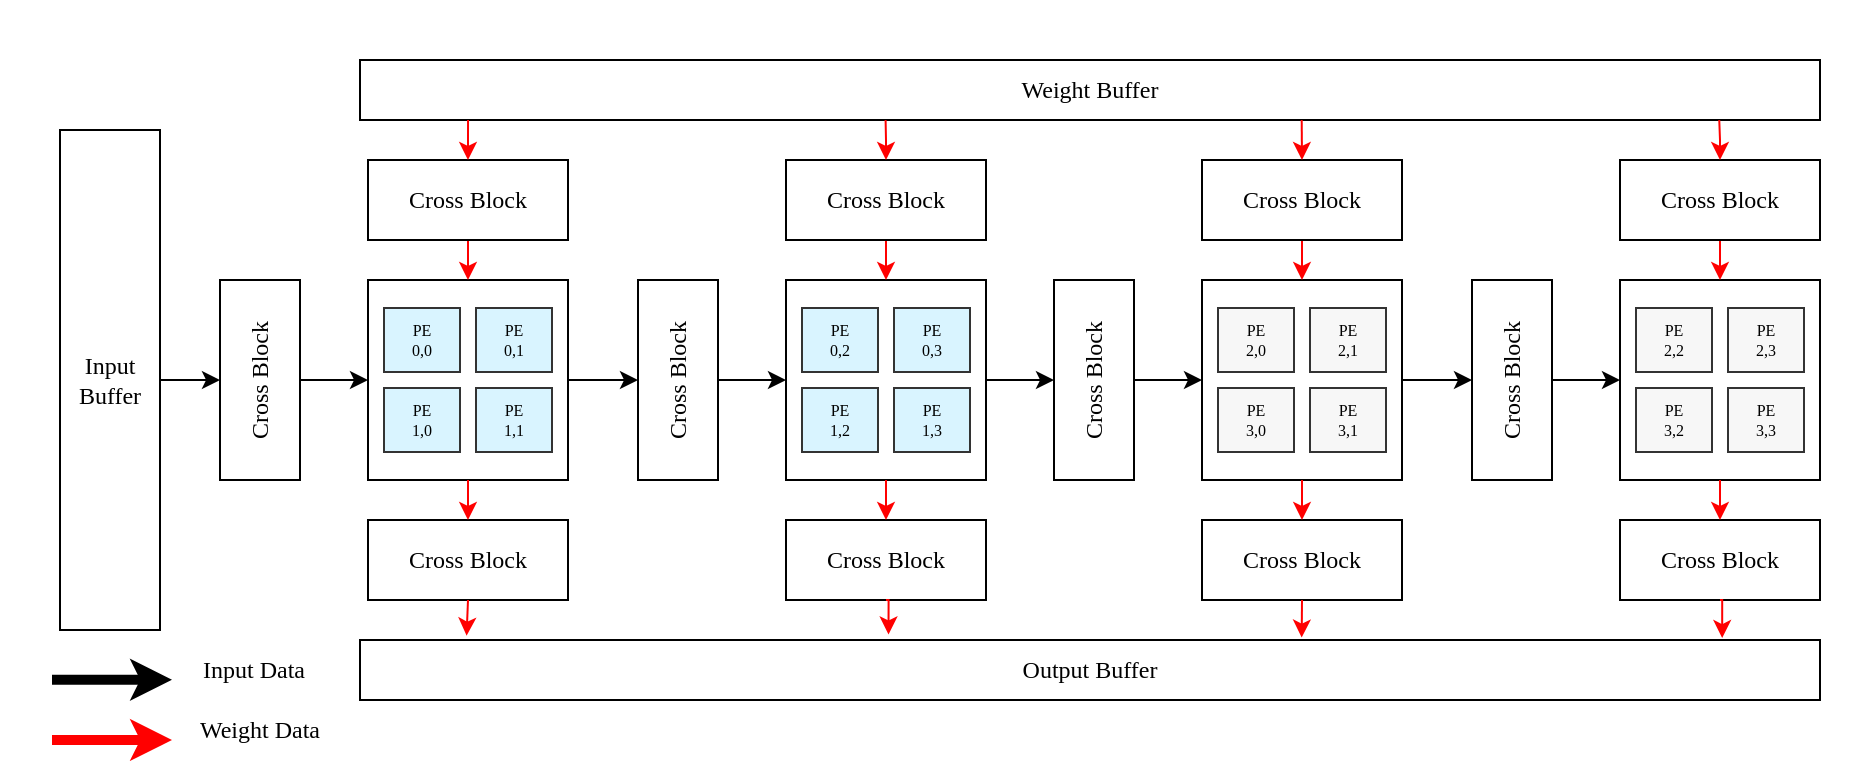
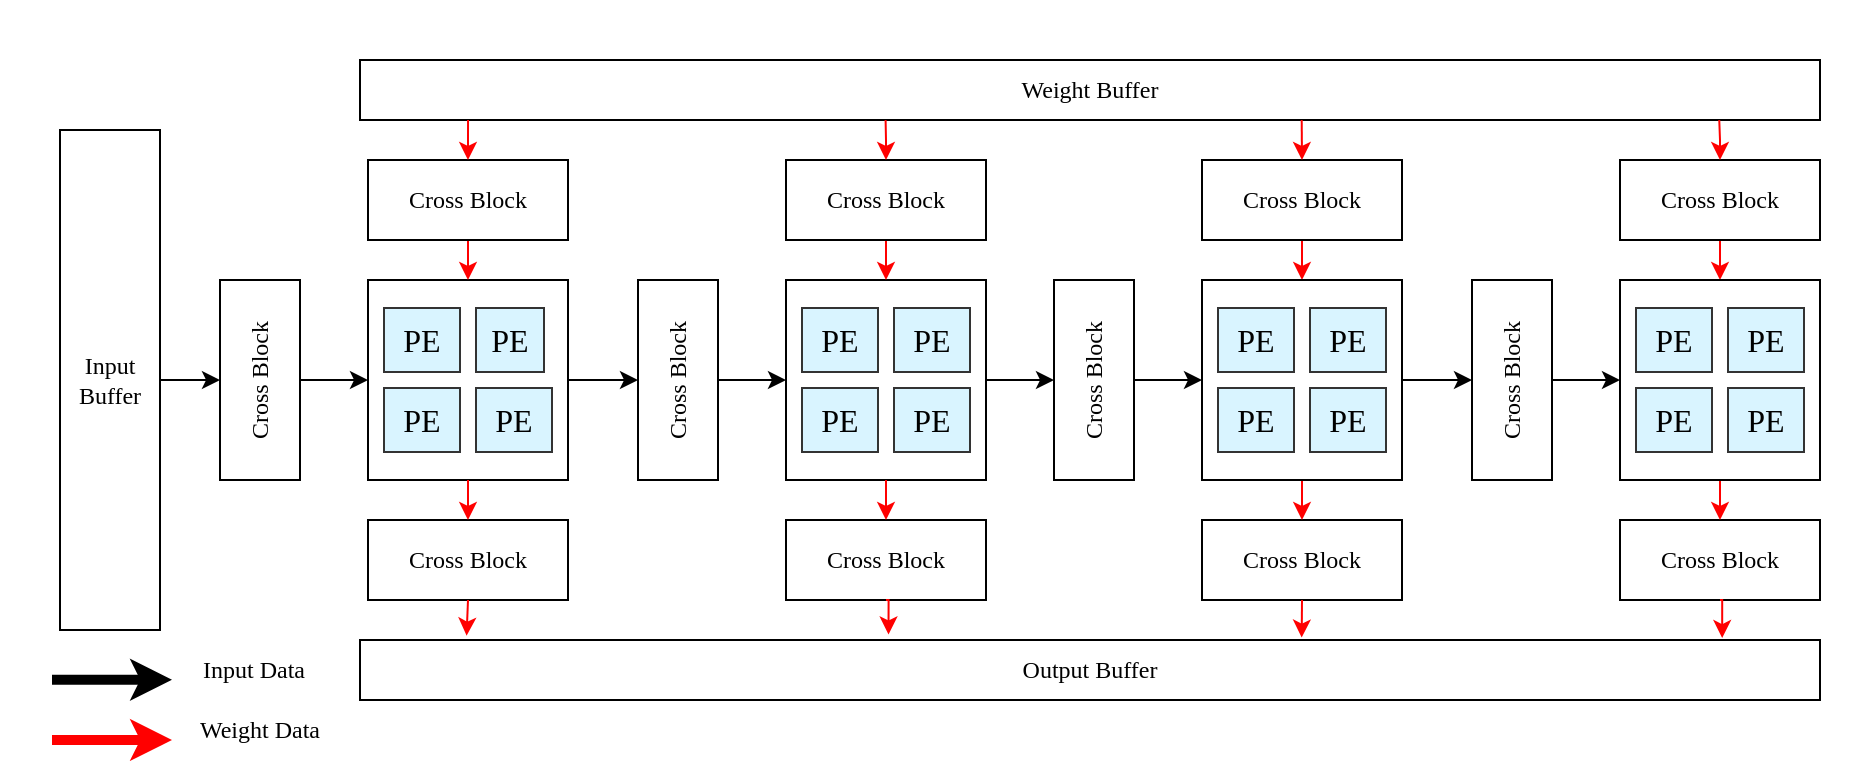
<mxfile host="app.diagrams.net">
  <diagram name="第 1 页" id="_HFZSgSbPxxRi5PtDGJk">
-     <mxGraphModel dx="1700" dy="914" grid="1" gridSize="10" guides="1" tooltips="1" connect="1" arrows="1" fold="1" page="1" pageScale="1" pageWidth="827" pageHeight="1169" math="0" shadow="0">
+     <mxGraphModel dx="1407" dy="757" grid="1" gridSize="10" guides="1" tooltips="1" connect="1" arrows="1" fold="1" page="1" pageScale="1" pageWidth="827" pageHeight="1169" math="0" shadow="0">
      <root>
        <mxCell id="0" />
        <mxCell id="1" parent="0" />
        <mxCell id="2u2vkNjveHNK1RGg937F-69" parent="1" style="rounded=0;whiteSpace=wrap;html=1;strokeColor=none;fontFamily=Times New Roman;" value="" vertex="1">
          <mxGeometry height="380" width="930" x="60" y="260" as="geometry" />
        </mxCell>
        <mxCell id="2u2vkNjveHNK1RGg937F-2" connectable="0" parent="1" style="group;fontFamily=Times New Roman;" value="" vertex="1">
          <mxGeometry height="100" width="100" x="453" y="400" as="geometry" />
        </mxCell>
        <mxCell id="2u2vkNjveHNK1RGg937F-3" parent="2u2vkNjveHNK1RGg937F-2" style="whiteSpace=wrap;html=1;aspect=fixed;fontFamily=Times New Roman;" value="" vertex="1">
          <mxGeometry height="100" width="100" as="geometry" />
        </mxCell>
        <mxCell id="2u2vkNjveHNK1RGg937F-4" connectable="0" parent="2u2vkNjveHNK1RGg937F-2" style="group;fontFamily=Times New Roman;" value="" vertex="1">
          <mxGeometry height="72" width="84" x="8" y="14" as="geometry" />
        </mxCell>
-         <mxCell id="2u2vkNjveHNK1RGg937F-5" parent="2u2vkNjveHNK1RGg937F-4" style="whiteSpace=wrap;html=1;fillColor=#D9F4FF;strokeColor=#333333;strokeWidth=1;fontSize=8;fontStyle=0;rounded=0;fontFamily=Times New Roman;" value="PE&lt;br&gt;0,2" vertex="1">
+         <mxCell id="2u2vkNjveHNK1RGg937F-5" parent="2u2vkNjveHNK1RGg937F-4" style="whiteSpace=wrap;html=1;fillColor=#D9F4FF;strokeColor=#333333;strokeWidth=1;fontSize=8;fontStyle=0;rounded=0;fontFamily=Times New Roman;" value="&lt;span style=&quot;font-size: 16px;&quot;&gt;PE&lt;/span&gt;" vertex="1">
          <mxGeometry height="32" width="38" as="geometry" />
        </mxCell>
-         <mxCell id="2u2vkNjveHNK1RGg937F-6" parent="2u2vkNjveHNK1RGg937F-4" style="whiteSpace=wrap;html=1;fillColor=#D9F4FF;strokeColor=#333333;strokeWidth=1;fontSize=8;fontStyle=0;rounded=0;fontFamily=Times New Roman;" value="PE&lt;br&gt;0,3" vertex="1">
+         <mxCell id="2u2vkNjveHNK1RGg937F-6" parent="2u2vkNjveHNK1RGg937F-4" style="whiteSpace=wrap;html=1;fillColor=#D9F4FF;strokeColor=#333333;strokeWidth=1;fontSize=8;fontStyle=0;rounded=0;fontFamily=Times New Roman;" value="&lt;span style=&quot;font-size: 16px;&quot;&gt;PE&lt;/span&gt;" vertex="1">
          <mxGeometry height="32" width="38" x="46" as="geometry" />
        </mxCell>
-         <mxCell id="2u2vkNjveHNK1RGg937F-7" parent="2u2vkNjveHNK1RGg937F-4" style="whiteSpace=wrap;html=1;fillColor=#D9F4FF;strokeColor=#333333;strokeWidth=1;fontSize=8;fontStyle=0;rounded=0;fontFamily=Times New Roman;" value="PE&lt;br&gt;1,2" vertex="1">
+         <mxCell id="2u2vkNjveHNK1RGg937F-7" parent="2u2vkNjveHNK1RGg937F-4" style="whiteSpace=wrap;html=1;fillColor=#D9F4FF;strokeColor=#333333;strokeWidth=1;fontSize=8;fontStyle=0;rounded=0;fontFamily=Times New Roman;" value="&lt;span style=&quot;font-size: 16px;&quot;&gt;PE&lt;/span&gt;" vertex="1">
          <mxGeometry height="32" width="38" y="40" as="geometry" />
        </mxCell>
-         <mxCell id="2u2vkNjveHNK1RGg937F-8" parent="2u2vkNjveHNK1RGg937F-4" style="whiteSpace=wrap;html=1;fillColor=#D9F4FF;strokeColor=#333333;strokeWidth=1;fontSize=8;fontStyle=0;rounded=0;fontFamily=Times New Roman;" value="PE&lt;br&gt;1,3" vertex="1">
-           <mxGeometry height="32" width="38" x="46" y="40" as="geometry" />
-         </mxCell>
-         <mxCell id="2u2vkNjveHNK1RGg937F-9" connectable="0" parent="1" style="group;fontFamily=Times New Roman;" value="" vertex="1">
-           <mxGeometry height="100" width="100" x="661" y="400" as="geometry" />
-         </mxCell>
-         <mxCell id="2u2vkNjveHNK1RGg937F-10" parent="2u2vkNjveHNK1RGg937F-9" style="whiteSpace=wrap;html=1;aspect=fixed;fontFamily=Times New Roman;" value="" vertex="1">
-           <mxGeometry height="100" width="100" as="geometry" />
-         </mxCell>
-         <mxCell id="2u2vkNjveHNK1RGg937F-11" connectable="0" parent="2u2vkNjveHNK1RGg937F-9" style="group;fontFamily=Times New Roman;" value="" vertex="1">
-           <mxGeometry height="72" width="84" x="8" y="14" as="geometry" />
-         </mxCell>
-         <mxCell id="2u2vkNjveHNK1RGg937F-12" parent="2u2vkNjveHNK1RGg937F-11" style="whiteSpace=wrap;html=1;fillColor=#F7F7F7;strokeColor=#333333;strokeWidth=1;fontSize=8;fontStyle=0;rounded=0;fontFamily=Times New Roman;" value="PE&lt;br&gt;2,0" vertex="1">
-           <mxGeometry height="32" width="38" as="geometry" />
-         </mxCell>
-         <mxCell id="2u2vkNjveHNK1RGg937F-13" parent="2u2vkNjveHNK1RGg937F-11" style="whiteSpace=wrap;html=1;fillColor=#F7F7F7;strokeColor=#333333;strokeWidth=1;fontSize=8;fontStyle=0;rounded=0;fontFamily=Times New Roman;" value="PE&lt;br&gt;2,1" vertex="1">
-           <mxGeometry height="32" width="38" x="46" as="geometry" />
-         </mxCell>
-         <mxCell id="2u2vkNjveHNK1RGg937F-14" parent="2u2vkNjveHNK1RGg937F-11" style="whiteSpace=wrap;html=1;fillColor=#F7F7F7;strokeColor=#333333;strokeWidth=1;fontSize=8;fontStyle=0;rounded=0;fontFamily=Times New Roman;" value="PE&lt;br&gt;3,0" vertex="1">
-           <mxGeometry height="32" width="38" y="40" as="geometry" />
-         </mxCell>
-         <mxCell id="2u2vkNjveHNK1RGg937F-15" parent="2u2vkNjveHNK1RGg937F-11" style="whiteSpace=wrap;html=1;fillColor=#F7F7F7;strokeColor=#333333;strokeWidth=1;fontSize=8;fontStyle=0;rounded=0;fontFamily=Times New Roman;" value="PE&lt;br&gt;3,1" vertex="1">
-           <mxGeometry height="32" width="38" x="46" y="40" as="geometry" />
-         </mxCell>
-         <mxCell id="2u2vkNjveHNK1RGg937F-16" connectable="0" parent="1" style="group;fontFamily=Times New Roman;" value="" vertex="1">
-           <mxGeometry height="100" width="100" x="870" y="400" as="geometry" />
-         </mxCell>
-         <mxCell id="2u2vkNjveHNK1RGg937F-17" parent="2u2vkNjveHNK1RGg937F-16" style="whiteSpace=wrap;html=1;aspect=fixed;fontFamily=Times New Roman;" value="" vertex="1">
-           <mxGeometry height="100" width="100" as="geometry" />
-         </mxCell>
-         <mxCell id="2u2vkNjveHNK1RGg937F-18" connectable="0" parent="2u2vkNjveHNK1RGg937F-16" style="group;fontFamily=Times New Roman;" value="" vertex="1">
-           <mxGeometry height="72" width="84" x="8" y="14" as="geometry" />
-         </mxCell>
-         <mxCell id="2u2vkNjveHNK1RGg937F-19" parent="2u2vkNjveHNK1RGg937F-18" style="whiteSpace=wrap;html=1;fillColor=#F7F7F7;strokeColor=#333333;strokeWidth=1;fontSize=8;fontStyle=0;rounded=0;fontFamily=Times New Roman;" value="PE&lt;br&gt;2,2" vertex="1">
-           <mxGeometry height="32" width="38" as="geometry" />
-         </mxCell>
-         <mxCell id="2u2vkNjveHNK1RGg937F-20" parent="2u2vkNjveHNK1RGg937F-18" style="whiteSpace=wrap;html=1;fillColor=#F7F7F7;strokeColor=#333333;strokeWidth=1;fontSize=8;fontStyle=0;rounded=0;fontFamily=Times New Roman;" value="PE&lt;br&gt;2,3" vertex="1">
-           <mxGeometry height="32" width="38" x="46" as="geometry" />
-         </mxCell>
-         <mxCell id="2u2vkNjveHNK1RGg937F-21" parent="2u2vkNjveHNK1RGg937F-18" style="whiteSpace=wrap;html=1;fillColor=#F7F7F7;strokeColor=#333333;strokeWidth=1;fontSize=8;fontStyle=0;rounded=0;fontFamily=Times New Roman;" value="PE&lt;br&gt;3,2" vertex="1">
-           <mxGeometry height="32" width="38" y="40" as="geometry" />
-         </mxCell>
-         <mxCell id="2u2vkNjveHNK1RGg937F-22" parent="2u2vkNjveHNK1RGg937F-18" style="whiteSpace=wrap;html=1;fillColor=#F7F7F7;strokeColor=#333333;strokeWidth=1;fontSize=8;fontStyle=0;rounded=0;fontFamily=Times New Roman;" value="PE&lt;br&gt;3,3" vertex="1">
+         <mxCell id="2u2vkNjveHNK1RGg937F-8" parent="2u2vkNjveHNK1RGg937F-4" style="whiteSpace=wrap;html=1;fillColor=#D9F4FF;strokeColor=#333333;strokeWidth=1;fontSize=8;fontStyle=0;rounded=0;fontFamily=Times New Roman;" value="&lt;span style=&quot;font-size: 16px;&quot;&gt;PE&lt;/span&gt;" vertex="1">
          <mxGeometry height="32" width="38" x="46" y="40" as="geometry" />
        </mxCell>
        <mxCell id="2u2vkNjveHNK1RGg937F-23" parent="1" style="rounded=0;whiteSpace=wrap;html=1;fontFamily=Times New Roman;" value="Weight Buffer" vertex="1">
          <mxGeometry height="30" width="730" x="240" y="290" as="geometry" />
        </mxCell>
        <mxCell id="2u2vkNjveHNK1RGg937F-24" connectable="0" parent="1" style="group;fontFamily=Times New Roman;" value="" vertex="1">
          <mxGeometry height="100" width="100" x="244" y="400" as="geometry" />
        </mxCell>
        <mxCell id="2u2vkNjveHNK1RGg937F-25" parent="2u2vkNjveHNK1RGg937F-24" style="whiteSpace=wrap;html=1;aspect=fixed;fontFamily=Times New Roman;" value="" vertex="1">
          <mxGeometry height="100" width="100" as="geometry" />
        </mxCell>
        <mxCell id="2u2vkNjveHNK1RGg937F-26" connectable="0" parent="2u2vkNjveHNK1RGg937F-24" style="group;fontFamily=Times New Roman;" value="" vertex="1">
          <mxGeometry height="72" width="84" x="8" y="14" as="geometry" />
        </mxCell>
-         <mxCell id="2u2vkNjveHNK1RGg937F-27" parent="2u2vkNjveHNK1RGg937F-26" style="whiteSpace=wrap;html=1;fillColor=#D9F4FF;strokeColor=#333333;strokeWidth=1;fontSize=8;fontStyle=0;rounded=0;fontFamily=Times New Roman;" value="PE&lt;br&gt;0,0" vertex="1">
+         <mxCell id="2u2vkNjveHNK1RGg937F-27" parent="2u2vkNjveHNK1RGg937F-26" style="whiteSpace=wrap;html=1;fillColor=#D9F4FF;strokeColor=#333333;strokeWidth=1;fontSize=8;fontStyle=0;rounded=0;fontFamily=Times New Roman;" value="&lt;span style=&quot;font-size: 16px;&quot;&gt;PE&lt;/span&gt;" vertex="1">
          <mxGeometry height="32" width="38" as="geometry" />
        </mxCell>
-         <mxCell id="2u2vkNjveHNK1RGg937F-28" parent="2u2vkNjveHNK1RGg937F-26" style="whiteSpace=wrap;html=1;fillColor=#D9F4FF;strokeColor=#333333;strokeWidth=1;fontSize=8;fontStyle=0;rounded=0;fontFamily=Times New Roman;" value="PE&lt;br&gt;0,1" vertex="1">
-           <mxGeometry height="32" width="38" x="46" as="geometry" />
-         </mxCell>
-         <mxCell id="2u2vkNjveHNK1RGg937F-29" parent="2u2vkNjveHNK1RGg937F-26" style="whiteSpace=wrap;html=1;fillColor=#D9F4FF;strokeColor=#333333;strokeWidth=1;fontSize=8;fontStyle=0;rounded=0;fontFamily=Times New Roman;" value="PE&lt;br&gt;1,0" vertex="1">
+         <mxCell id="2u2vkNjveHNK1RGg937F-28" parent="2u2vkNjveHNK1RGg937F-26" style="whiteSpace=wrap;html=1;fillColor=#D9F4FF;strokeColor=#333333;strokeWidth=1;fontSize=8;fontStyle=0;rounded=0;fontFamily=Times New Roman;" value="&lt;span style=&quot;font-size: 16px;&quot;&gt;PE&lt;/span&gt;" vertex="1">
+           <mxGeometry height="32" width="34" x="46" as="geometry" />
+         </mxCell>
+         <mxCell id="2u2vkNjveHNK1RGg937F-29" parent="2u2vkNjveHNK1RGg937F-26" style="whiteSpace=wrap;html=1;fillColor=#D9F4FF;strokeColor=#333333;strokeWidth=1;fontSize=8;fontStyle=0;rounded=0;fontFamily=Times New Roman;" value="&lt;span style=&quot;font-size: 16px;&quot;&gt;PE&lt;/span&gt;" vertex="1">
          <mxGeometry height="32" width="38" y="40" as="geometry" />
        </mxCell>
-         <mxCell id="2u2vkNjveHNK1RGg937F-30" parent="2u2vkNjveHNK1RGg937F-26" style="whiteSpace=wrap;html=1;fillColor=#D9F4FF;strokeColor=#333333;strokeWidth=1;fontSize=8;fontStyle=0;rounded=0;fontFamily=Times New Roman;" value="PE&lt;br&gt;1,1" vertex="1">
+         <mxCell id="2u2vkNjveHNK1RGg937F-30" parent="2u2vkNjveHNK1RGg937F-26" style="whiteSpace=wrap;html=1;fillColor=#D9F4FF;strokeColor=#333333;strokeWidth=1;fontSize=8;fontStyle=0;rounded=0;fontFamily=Times New Roman;" value="&lt;span style=&quot;font-size: 16px;&quot;&gt;PE&lt;/span&gt;" vertex="1">
          <mxGeometry height="32" width="38" x="46" y="40" as="geometry" />
        </mxCell>
        <mxCell id="2u2vkNjveHNK1RGg937F-31" edge="1" parent="1" source="2u2vkNjveHNK1RGg937F-32" style="edgeStyle=orthogonalEdgeStyle;rounded=0;orthogonalLoop=1;jettySize=auto;html=1;exitX=0.5;exitY=1;exitDx=0;exitDy=0;entryX=0;entryY=0.5;entryDx=0;entryDy=0;fontFamily=Times New Roman;" target="2u2vkNjveHNK1RGg937F-3">
          <mxGeometry relative="1" as="geometry" />
        </mxCell>
        <mxCell id="2u2vkNjveHNK1RGg937F-32" parent="1" style="rounded=0;whiteSpace=wrap;html=1;movable=1;resizable=1;rotatable=1;deletable=1;editable=1;locked=0;connectable=1;rotation=-90;fontFamily=Times New Roman;" value="Cross Block" vertex="1">
          <mxGeometry height="40" width="100" x="349" y="430" as="geometry" />
        </mxCell>
        <mxCell id="2u2vkNjveHNK1RGg937F-33" edge="1" parent="1" source="2u2vkNjveHNK1RGg937F-34" style="edgeStyle=orthogonalEdgeStyle;rounded=0;orthogonalLoop=1;jettySize=auto;html=1;exitX=0.5;exitY=1;exitDx=0;exitDy=0;entryX=0;entryY=0.5;entryDx=0;entryDy=0;fontFamily=Times New Roman;" target="2u2vkNjveHNK1RGg937F-10">
          <mxGeometry relative="1" as="geometry" />
        </mxCell>
        <mxCell id="2u2vkNjveHNK1RGg937F-34" parent="1" style="rounded=0;whiteSpace=wrap;html=1;movable=1;resizable=1;rotatable=1;deletable=1;editable=1;locked=0;connectable=1;rotation=-90;fontFamily=Times New Roman;" value="Cross Block" vertex="1">
          <mxGeometry height="40" width="100" x="557" y="430" as="geometry" />
        </mxCell>
        <mxCell id="2u2vkNjveHNK1RGg937F-35" edge="1" parent="1" source="2u2vkNjveHNK1RGg937F-36" style="edgeStyle=orthogonalEdgeStyle;rounded=0;orthogonalLoop=1;jettySize=auto;html=1;exitX=0.5;exitY=1;exitDx=0;exitDy=0;entryX=0;entryY=0.5;entryDx=0;entryDy=0;fontFamily=Times New Roman;" target="2u2vkNjveHNK1RGg937F-25">
          <mxGeometry relative="1" as="geometry" />
        </mxCell>
        <mxCell id="2u2vkNjveHNK1RGg937F-36" parent="1" style="rounded=0;whiteSpace=wrap;html=1;movable=1;resizable=1;rotatable=1;deletable=1;editable=1;locked=0;connectable=1;rotation=-90;fontFamily=Times New Roman;" value="Cross Block" vertex="1">
          <mxGeometry height="40" width="100" x="140" y="430" as="geometry" />
        </mxCell>
        <mxCell id="2u2vkNjveHNK1RGg937F-37" edge="1" parent="1" source="2u2vkNjveHNK1RGg937F-38" style="edgeStyle=orthogonalEdgeStyle;rounded=0;orthogonalLoop=1;jettySize=auto;html=1;exitX=0.5;exitY=1;exitDx=0;exitDy=0;entryX=0;entryY=0.5;entryDx=0;entryDy=0;fontFamily=Times New Roman;" target="2u2vkNjveHNK1RGg937F-17">
          <mxGeometry relative="1" as="geometry" />
        </mxCell>
        <mxCell id="2u2vkNjveHNK1RGg937F-38" parent="1" style="rounded=0;whiteSpace=wrap;html=1;movable=1;resizable=1;rotatable=1;deletable=1;editable=1;locked=0;connectable=1;rotation=-90;fontFamily=Times New Roman;" value="Cross Block" vertex="1">
          <mxGeometry height="40" width="100" x="766" y="430" as="geometry" />
        </mxCell>
        <mxCell id="2u2vkNjveHNK1RGg937F-39" edge="1" parent="1" source="2u2vkNjveHNK1RGg937F-40" style="edgeStyle=orthogonalEdgeStyle;rounded=0;orthogonalLoop=1;jettySize=auto;html=1;exitX=0.5;exitY=1;exitDx=0;exitDy=0;entryX=0.5;entryY=0;entryDx=0;entryDy=0;strokeColor=#FF0000;fontFamily=Times New Roman;" target="2u2vkNjveHNK1RGg937F-25">
          <mxGeometry relative="1" as="geometry" />
        </mxCell>
        <mxCell id="2u2vkNjveHNK1RGg937F-40" parent="1" style="rounded=0;whiteSpace=wrap;html=1;movable=1;resizable=1;rotatable=1;deletable=1;editable=1;locked=0;connectable=1;rotation=0;fontFamily=Times New Roman;" value="Cross Block" vertex="1">
          <mxGeometry height="40" width="100" x="244" y="340" as="geometry" />
        </mxCell>
        <mxCell id="2u2vkNjveHNK1RGg937F-41" edge="1" parent="1" source="2u2vkNjveHNK1RGg937F-42" style="edgeStyle=orthogonalEdgeStyle;rounded=0;orthogonalLoop=1;jettySize=auto;html=1;exitX=0.5;exitY=1;exitDx=0;exitDy=0;entryX=0.5;entryY=0;entryDx=0;entryDy=0;strokeColor=#FF0000;fontFamily=Times New Roman;" target="2u2vkNjveHNK1RGg937F-3">
          <mxGeometry relative="1" as="geometry" />
        </mxCell>
        <mxCell id="2u2vkNjveHNK1RGg937F-42" parent="1" style="rounded=0;whiteSpace=wrap;html=1;movable=1;resizable=1;rotatable=1;deletable=1;editable=1;locked=0;connectable=1;rotation=0;fontFamily=Times New Roman;" value="Cross Block" vertex="1">
          <mxGeometry height="40" width="100" x="453" y="340" as="geometry" />
        </mxCell>
        <mxCell id="2u2vkNjveHNK1RGg937F-43" edge="1" parent="1" source="2u2vkNjveHNK1RGg937F-44" style="edgeStyle=orthogonalEdgeStyle;rounded=0;orthogonalLoop=1;jettySize=auto;html=1;exitX=0.5;exitY=1;exitDx=0;exitDy=0;entryX=0.5;entryY=0;entryDx=0;entryDy=0;strokeColor=#FF0000;fontFamily=Times New Roman;" target="2u2vkNjveHNK1RGg937F-10">
          <mxGeometry relative="1" as="geometry" />
        </mxCell>
        <mxCell id="2u2vkNjveHNK1RGg937F-44" parent="1" style="rounded=0;whiteSpace=wrap;html=1;movable=1;resizable=1;rotatable=1;deletable=1;editable=1;locked=0;connectable=1;rotation=0;fontFamily=Times New Roman;" value="Cross Block" vertex="1">
          <mxGeometry height="40" width="100" x="661" y="340" as="geometry" />
        </mxCell>
        <mxCell id="2u2vkNjveHNK1RGg937F-45" edge="1" parent="1" source="2u2vkNjveHNK1RGg937F-46" style="edgeStyle=orthogonalEdgeStyle;rounded=0;orthogonalLoop=1;jettySize=auto;html=1;exitX=0.5;exitY=1;exitDx=0;exitDy=0;entryX=0.5;entryY=0;entryDx=0;entryDy=0;strokeColor=#FF0000;fontFamily=Times New Roman;" target="2u2vkNjveHNK1RGg937F-17">
          <mxGeometry relative="1" as="geometry" />
        </mxCell>
        <mxCell id="2u2vkNjveHNK1RGg937F-46" parent="1" style="rounded=0;whiteSpace=wrap;html=1;movable=1;resizable=1;rotatable=1;deletable=1;editable=1;locked=0;connectable=1;rotation=0;fontFamily=Times New Roman;" value="Cross Block" vertex="1">
          <mxGeometry height="40" width="100" x="870" y="340" as="geometry" />
        </mxCell>
        <mxCell id="2u2vkNjveHNK1RGg937F-47" parent="1" style="rounded=0;whiteSpace=wrap;html=1;fontFamily=Times New Roman;" value="Output Buffer" vertex="1">
          <mxGeometry height="30" width="730" x="240" y="580" as="geometry" />
        </mxCell>
        <mxCell id="2u2vkNjveHNK1RGg937F-48" parent="1" style="rounded=0;whiteSpace=wrap;html=1;movable=1;resizable=1;rotatable=1;deletable=1;editable=1;locked=0;connectable=1;rotation=0;fontFamily=Times New Roman;" value="Cross Block" vertex="1">
          <mxGeometry height="40" width="100" x="244" y="520" as="geometry" />
        </mxCell>
        <mxCell id="2u2vkNjveHNK1RGg937F-49" parent="1" style="rounded=0;whiteSpace=wrap;html=1;movable=1;resizable=1;rotatable=1;deletable=1;editable=1;locked=0;connectable=1;rotation=0;fontFamily=Times New Roman;" value="Cross Block" vertex="1">
          <mxGeometry height="40" width="100" x="453" y="520" as="geometry" />
        </mxCell>
        <mxCell id="2u2vkNjveHNK1RGg937F-50" parent="1" style="rounded=0;whiteSpace=wrap;html=1;movable=1;resizable=1;rotatable=1;deletable=1;editable=1;locked=0;connectable=1;rotation=0;fontFamily=Times New Roman;" value="Cross Block" vertex="1">
          <mxGeometry height="40" width="100" x="661" y="520" as="geometry" />
        </mxCell>
        <mxCell id="2u2vkNjveHNK1RGg937F-51" parent="1" style="rounded=0;whiteSpace=wrap;html=1;movable=1;resizable=1;rotatable=1;deletable=1;editable=1;locked=0;connectable=1;rotation=0;fontFamily=Times New Roman;" value="Cross Block" vertex="1">
          <mxGeometry height="40" width="100" x="870" y="520" as="geometry" />
        </mxCell>
        <mxCell id="2u2vkNjveHNK1RGg937F-52" edge="1" parent="1" source="2u2vkNjveHNK1RGg937F-53" style="edgeStyle=orthogonalEdgeStyle;rounded=0;orthogonalLoop=1;jettySize=auto;html=1;entryX=0.5;entryY=0;entryDx=0;entryDy=0;fontFamily=Times New Roman;" target="2u2vkNjveHNK1RGg937F-36">
          <mxGeometry relative="1" as="geometry" />
        </mxCell>
        <mxCell id="2u2vkNjveHNK1RGg937F-53" parent="1" style="rounded=0;whiteSpace=wrap;html=1;fontFamily=Times New Roman;" value="Input Buffer" vertex="1">
          <mxGeometry height="250" width="50" x="90" y="325" as="geometry" />
        </mxCell>
        <mxCell id="2u2vkNjveHNK1RGg937F-54" edge="1" parent="1" source="2u2vkNjveHNK1RGg937F-25" style="edgeStyle=orthogonalEdgeStyle;rounded=0;orthogonalLoop=1;jettySize=auto;html=1;exitX=1;exitY=0.5;exitDx=0;exitDy=0;entryX=0.5;entryY=0;entryDx=0;entryDy=0;fontFamily=Times New Roman;" target="2u2vkNjveHNK1RGg937F-32">
          <mxGeometry relative="1" as="geometry" />
        </mxCell>
        <mxCell id="2u2vkNjveHNK1RGg937F-55" edge="1" parent="1" source="2u2vkNjveHNK1RGg937F-3" style="edgeStyle=orthogonalEdgeStyle;rounded=0;orthogonalLoop=1;jettySize=auto;html=1;exitX=1;exitY=0.5;exitDx=0;exitDy=0;entryX=0.5;entryY=0;entryDx=0;entryDy=0;fontFamily=Times New Roman;" target="2u2vkNjveHNK1RGg937F-34">
          <mxGeometry relative="1" as="geometry" />
        </mxCell>
        <mxCell id="2u2vkNjveHNK1RGg937F-56" edge="1" parent="1" source="2u2vkNjveHNK1RGg937F-10" style="edgeStyle=orthogonalEdgeStyle;rounded=0;orthogonalLoop=1;jettySize=auto;html=1;exitX=1;exitY=0.5;exitDx=0;exitDy=0;entryX=0.5;entryY=0;entryDx=0;entryDy=0;fontFamily=Times New Roman;" target="2u2vkNjveHNK1RGg937F-38">
          <mxGeometry relative="1" as="geometry" />
        </mxCell>
        <mxCell id="2u2vkNjveHNK1RGg937F-57" edge="1" parent="1" source="2u2vkNjveHNK1RGg937F-17" style="edgeStyle=orthogonalEdgeStyle;rounded=0;orthogonalLoop=1;jettySize=auto;html=1;exitX=0.5;exitY=1;exitDx=0;exitDy=0;entryX=0.5;entryY=0;entryDx=0;entryDy=0;strokeColor=#FF0000;fontFamily=Times New Roman;" target="2u2vkNjveHNK1RGg937F-51">
          <mxGeometry relative="1" as="geometry" />
        </mxCell>
        <mxCell id="2u2vkNjveHNK1RGg937F-58" edge="1" parent="1" source="2u2vkNjveHNK1RGg937F-51" style="edgeStyle=orthogonalEdgeStyle;rounded=0;orthogonalLoop=1;jettySize=auto;html=1;exitX=0.5;exitY=1;exitDx=0;exitDy=0;entryX=0.933;entryY=-0.033;entryDx=0;entryDy=0;entryPerimeter=0;strokeColor=#FF0000;fontFamily=Times New Roman;" target="2u2vkNjveHNK1RGg937F-47">
          <mxGeometry relative="1" as="geometry" />
        </mxCell>
        <mxCell id="2u2vkNjveHNK1RGg937F-59" edge="1" parent="1" source="2u2vkNjveHNK1RGg937F-10" style="edgeStyle=orthogonalEdgeStyle;rounded=0;orthogonalLoop=1;jettySize=auto;html=1;exitX=0.5;exitY=1;exitDx=0;exitDy=0;entryX=0.5;entryY=0;entryDx=0;entryDy=0;strokeColor=#FF0000;fontFamily=Times New Roman;" target="2u2vkNjveHNK1RGg937F-50">
          <mxGeometry relative="1" as="geometry" />
        </mxCell>
        <mxCell id="2u2vkNjveHNK1RGg937F-60" edge="1" parent="1" source="2u2vkNjveHNK1RGg937F-3" style="edgeStyle=orthogonalEdgeStyle;rounded=0;orthogonalLoop=1;jettySize=auto;html=1;exitX=0.5;exitY=1;exitDx=0;exitDy=0;entryX=0.5;entryY=0;entryDx=0;entryDy=0;strokeColor=#FF0000;fontFamily=Times New Roman;" target="2u2vkNjveHNK1RGg937F-49">
          <mxGeometry relative="1" as="geometry" />
        </mxCell>
        <mxCell id="2u2vkNjveHNK1RGg937F-61" edge="1" parent="1" source="2u2vkNjveHNK1RGg937F-25" style="edgeStyle=orthogonalEdgeStyle;rounded=0;orthogonalLoop=1;jettySize=auto;html=1;exitX=0.5;exitY=1;exitDx=0;exitDy=0;entryX=0.5;entryY=0;entryDx=0;entryDy=0;strokeColor=#FF0000;fontFamily=Times New Roman;" target="2u2vkNjveHNK1RGg937F-48">
          <mxGeometry relative="1" as="geometry" />
        </mxCell>
        <mxCell id="2u2vkNjveHNK1RGg937F-62" edge="1" parent="1" source="2u2vkNjveHNK1RGg937F-40" style="edgeStyle=orthogonalEdgeStyle;rounded=0;orthogonalLoop=1;jettySize=auto;html=1;exitX=0.5;exitY=0;exitDx=0;exitDy=0;entryX=0.074;entryY=1;entryDx=0;entryDy=0;entryPerimeter=0;startArrow=classic;startFill=1;endArrow=none;endFill=0;strokeColor=#FF0000;fontFamily=Times New Roman;" target="2u2vkNjveHNK1RGg937F-23">
          <mxGeometry relative="1" as="geometry">
            <Array as="points">
              <mxPoint x="294" y="330" />
              <mxPoint x="294" y="330" />
            </Array>
          </mxGeometry>
        </mxCell>
        <mxCell id="2u2vkNjveHNK1RGg937F-63" edge="1" parent="1" source="2u2vkNjveHNK1RGg937F-42" style="edgeStyle=orthogonalEdgeStyle;rounded=0;orthogonalLoop=1;jettySize=auto;html=1;exitX=0.5;exitY=0;exitDx=0;exitDy=0;entryX=0.36;entryY=1;entryDx=0;entryDy=0;entryPerimeter=0;startArrow=classic;startFill=1;endArrow=none;endFill=0;strokeColor=#FF0000;fontFamily=Times New Roman;" target="2u2vkNjveHNK1RGg937F-23">
          <mxGeometry relative="1" as="geometry">
            <Array as="points">
              <mxPoint x="503" y="330" />
              <mxPoint x="503" y="330" />
            </Array>
          </mxGeometry>
        </mxCell>
        <mxCell id="2u2vkNjveHNK1RGg937F-64" edge="1" parent="1" source="2u2vkNjveHNK1RGg937F-44" style="edgeStyle=orthogonalEdgeStyle;rounded=0;orthogonalLoop=1;jettySize=auto;html=1;exitX=0.5;exitY=0;exitDx=0;exitDy=0;entryX=0.645;entryY=1;entryDx=0;entryDy=0;entryPerimeter=0;startArrow=classic;startFill=1;endArrow=none;endFill=0;strokeColor=#FF0000;fontFamily=Times New Roman;" target="2u2vkNjveHNK1RGg937F-23">
          <mxGeometry relative="1" as="geometry" />
        </mxCell>
        <mxCell id="2u2vkNjveHNK1RGg937F-65" edge="1" parent="1" source="2u2vkNjveHNK1RGg937F-46" style="edgeStyle=orthogonalEdgeStyle;rounded=0;orthogonalLoop=1;jettySize=auto;html=1;exitX=0.5;exitY=0;exitDx=0;exitDy=0;entryX=0.931;entryY=1;entryDx=0;entryDy=0;entryPerimeter=0;startArrow=classic;startFill=1;endArrow=none;endFill=0;strokeColor=#FF0000;fontFamily=Times New Roman;" target="2u2vkNjveHNK1RGg937F-23">
          <mxGeometry relative="1" as="geometry">
            <Array as="points">
              <mxPoint x="920" y="330" />
              <mxPoint x="920" y="330" />
            </Array>
          </mxGeometry>
        </mxCell>
        <mxCell id="2u2vkNjveHNK1RGg937F-66" edge="1" parent="1" source="2u2vkNjveHNK1RGg937F-48" style="edgeStyle=orthogonalEdgeStyle;rounded=0;orthogonalLoop=1;jettySize=auto;html=1;exitX=0.5;exitY=1;exitDx=0;exitDy=0;entryX=0.073;entryY=-0.072;entryDx=0;entryDy=0;entryPerimeter=0;strokeColor=#FF0000;fontFamily=Times New Roman;" target="2u2vkNjveHNK1RGg937F-47">
          <mxGeometry relative="1" as="geometry" />
        </mxCell>
        <mxCell id="2u2vkNjveHNK1RGg937F-67" edge="1" parent="1" source="2u2vkNjveHNK1RGg937F-49" style="edgeStyle=orthogonalEdgeStyle;rounded=0;orthogonalLoop=1;jettySize=auto;html=1;exitX=0.5;exitY=1;exitDx=0;exitDy=0;entryX=0.362;entryY=-0.093;entryDx=0;entryDy=0;entryPerimeter=0;strokeColor=#FF0000;fontFamily=Times New Roman;" target="2u2vkNjveHNK1RGg937F-47">
          <mxGeometry relative="1" as="geometry" />
        </mxCell>
        <mxCell id="2u2vkNjveHNK1RGg937F-68" edge="1" parent="1" source="2u2vkNjveHNK1RGg937F-50" style="edgeStyle=orthogonalEdgeStyle;rounded=0;orthogonalLoop=1;jettySize=auto;html=1;exitX=0.5;exitY=1;exitDx=0;exitDy=0;entryX=0.645;entryY=-0.04;entryDx=0;entryDy=0;entryPerimeter=0;strokeColor=#FF0000;fontFamily=Times New Roman;" target="2u2vkNjveHNK1RGg937F-47">
          <mxGeometry relative="1" as="geometry" />
        </mxCell>
        <mxCell id="2u2vkNjveHNK1RGg937F-134" edge="1" parent="1" style="edgeStyle=orthogonalEdgeStyle;rounded=0;orthogonalLoop=1;jettySize=auto;html=1;strokeColor=#FF0000;endSize=5;strokeWidth=5;fontFamily=Times New Roman;">
          <mxGeometry relative="1" as="geometry">
            <mxPoint x="86" y="630" as="sourcePoint" />
            <mxPoint x="146" y="630" as="targetPoint" />
          </mxGeometry>
        </mxCell>
        <mxCell id="2u2vkNjveHNK1RGg937F-135" edge="1" parent="1" style="edgeStyle=orthogonalEdgeStyle;rounded=0;orthogonalLoop=1;jettySize=auto;html=1;strokeColor=#000000;endSize=5;strokeWidth=5;fontFamily=Times New Roman;">
          <mxGeometry relative="1" as="geometry">
            <mxPoint x="86" y="599.86" as="sourcePoint" />
            <mxPoint x="146" y="599.86" as="targetPoint" />
          </mxGeometry>
        </mxCell>
        <mxCell id="2u2vkNjveHNK1RGg937F-136" parent="1" style="text;html=1;whiteSpace=wrap;strokeColor=none;fillColor=none;align=center;verticalAlign=middle;rounded=0;fontFamily=Times New Roman;" value="&lt;font&gt;Input Data&lt;/font&gt;" vertex="1">
          <mxGeometry height="30" width="100" x="137" y="580" as="geometry" />
        </mxCell>
        <mxCell id="2u2vkNjveHNK1RGg937F-137" parent="1" style="text;html=1;whiteSpace=wrap;strokeColor=none;fillColor=none;align=center;verticalAlign=middle;rounded=0;fontFamily=Times New Roman;" value="&lt;font&gt;Weight Data&lt;/font&gt;" vertex="1">
          <mxGeometry height="30" width="100" x="140" y="610" as="geometry" />
        </mxCell>
+         <mxCell id="2u2vkNjveHNK1RGg937F-10" parent="1" style="whiteSpace=wrap;html=1;aspect=fixed;fontFamily=Times New Roman;" value="" vertex="1">
+           <mxGeometry height="100" width="100" x="661" y="400" as="geometry" />
+         </mxCell>
+         <mxCell id="2u2vkNjveHNK1RGg937F-12" parent="1" style="whiteSpace=wrap;html=1;fillColor=#D9F4FF;strokeColor=#333333;strokeWidth=1;fontSize=8;fontStyle=0;rounded=0;fontFamily=Times New Roman;" value="&lt;span style=&quot;font-size: 16px;&quot;&gt;PE&lt;/span&gt;" vertex="1">
+           <mxGeometry height="32" width="38" x="669" y="414" as="geometry" />
+         </mxCell>
+         <mxCell id="2u2vkNjveHNK1RGg937F-13" parent="1" style="whiteSpace=wrap;html=1;fillColor=#D9F4FF;strokeColor=#333333;strokeWidth=1;fontSize=8;fontStyle=0;rounded=0;fontFamily=Times New Roman;" value="&lt;span style=&quot;font-size: 16px;&quot;&gt;PE&lt;/span&gt;" vertex="1">
+           <mxGeometry height="32" width="38" x="715" y="414" as="geometry" />
+         </mxCell>
+         <mxCell id="2u2vkNjveHNK1RGg937F-14" parent="1" style="whiteSpace=wrap;html=1;fillColor=#D9F4FF;strokeColor=#333333;strokeWidth=1;fontSize=8;fontStyle=0;rounded=0;fontFamily=Times New Roman;" value="&lt;span style=&quot;font-size: 16px;&quot;&gt;PE&lt;/span&gt;" vertex="1">
+           <mxGeometry height="32" width="38" x="669" y="454" as="geometry" />
+         </mxCell>
+         <mxCell id="2u2vkNjveHNK1RGg937F-15" parent="1" style="whiteSpace=wrap;html=1;fillColor=#D9F4FF;strokeColor=#333333;strokeWidth=1;fontSize=8;fontStyle=0;rounded=0;fontFamily=Times New Roman;" value="&lt;span style=&quot;font-size: 16px;&quot;&gt;PE&lt;/span&gt;" vertex="1">
+           <mxGeometry height="32" width="38" x="715" y="454" as="geometry" />
+         </mxCell>
+         <mxCell id="2u2vkNjveHNK1RGg937F-17" parent="1" style="whiteSpace=wrap;html=1;aspect=fixed;fontFamily=Times New Roman;" value="" vertex="1">
+           <mxGeometry height="100" width="100" x="870" y="400" as="geometry" />
+         </mxCell>
+         <mxCell id="2u2vkNjveHNK1RGg937F-19" parent="1" style="whiteSpace=wrap;html=1;fillColor=#D9F4FF;strokeColor=#333333;strokeWidth=1;fontSize=8;fontStyle=0;rounded=0;fontFamily=Times New Roman;" value="&lt;span style=&quot;font-size: 16px;&quot;&gt;PE&lt;/span&gt;" vertex="1">
+           <mxGeometry height="32" width="38" x="878" y="414" as="geometry" />
+         </mxCell>
+         <mxCell id="2u2vkNjveHNK1RGg937F-20" parent="1" style="whiteSpace=wrap;html=1;fillColor=#D9F4FF;strokeColor=#333333;strokeWidth=1;fontSize=8;fontStyle=0;rounded=0;fontFamily=Times New Roman;" value="&lt;span style=&quot;font-size: 16px;&quot;&gt;PE&lt;/span&gt;" vertex="1">
+           <mxGeometry height="32" width="38" x="924" y="414" as="geometry" />
+         </mxCell>
+         <mxCell id="2u2vkNjveHNK1RGg937F-21" parent="1" style="whiteSpace=wrap;html=1;fillColor=#D9F4FF;strokeColor=#333333;strokeWidth=1;fontSize=8;fontStyle=0;rounded=0;fontFamily=Times New Roman;" value="&lt;span style=&quot;font-size: 16px;&quot;&gt;PE&lt;/span&gt;" vertex="1">
+           <mxGeometry height="32" width="38" x="878" y="454" as="geometry" />
+         </mxCell>
+         <mxCell id="2u2vkNjveHNK1RGg937F-22" parent="1" style="whiteSpace=wrap;html=1;fillColor=light-dark(#d9f4ff, #191919);strokeColor=#333333;strokeWidth=1;fontSize=8;fontStyle=0;rounded=0;fontFamily=Times New Roman;" value="&lt;span style=&quot;font-size: 16px;&quot;&gt;PE&lt;/span&gt;" vertex="1">
+           <mxGeometry height="32" width="38" x="924" y="454" as="geometry" />
+         </mxCell>
      </root>
    </mxGraphModel>
  </diagram>
</mxfile>
